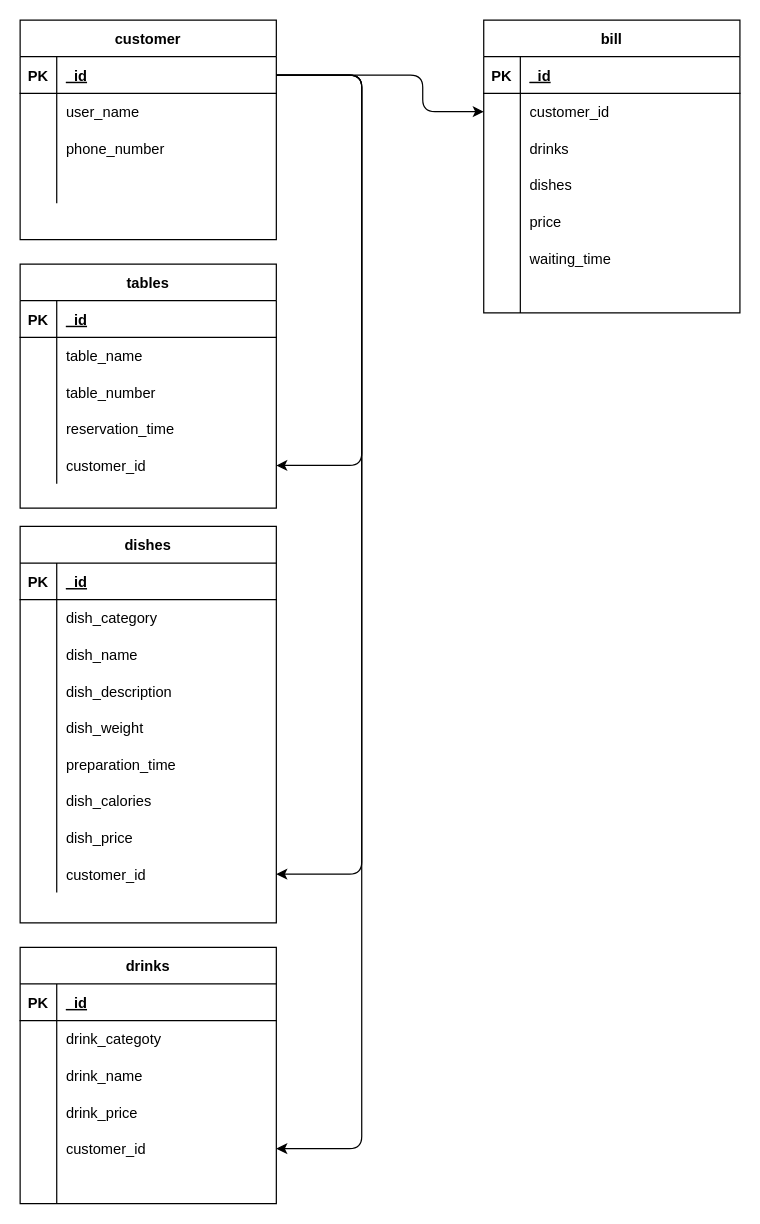
Above: mongodb.dio in giedriuzz/cafeteria (draw.io), before the change. Source tidied: cells renumbered, new cells numbered last; positions are measured from the earlier drawing's top-left corner, leaving out a move shared by most shapes. Both pictures are drawn from the tidied source at 122%, with x=0, y=0 at pixel (20, 20).
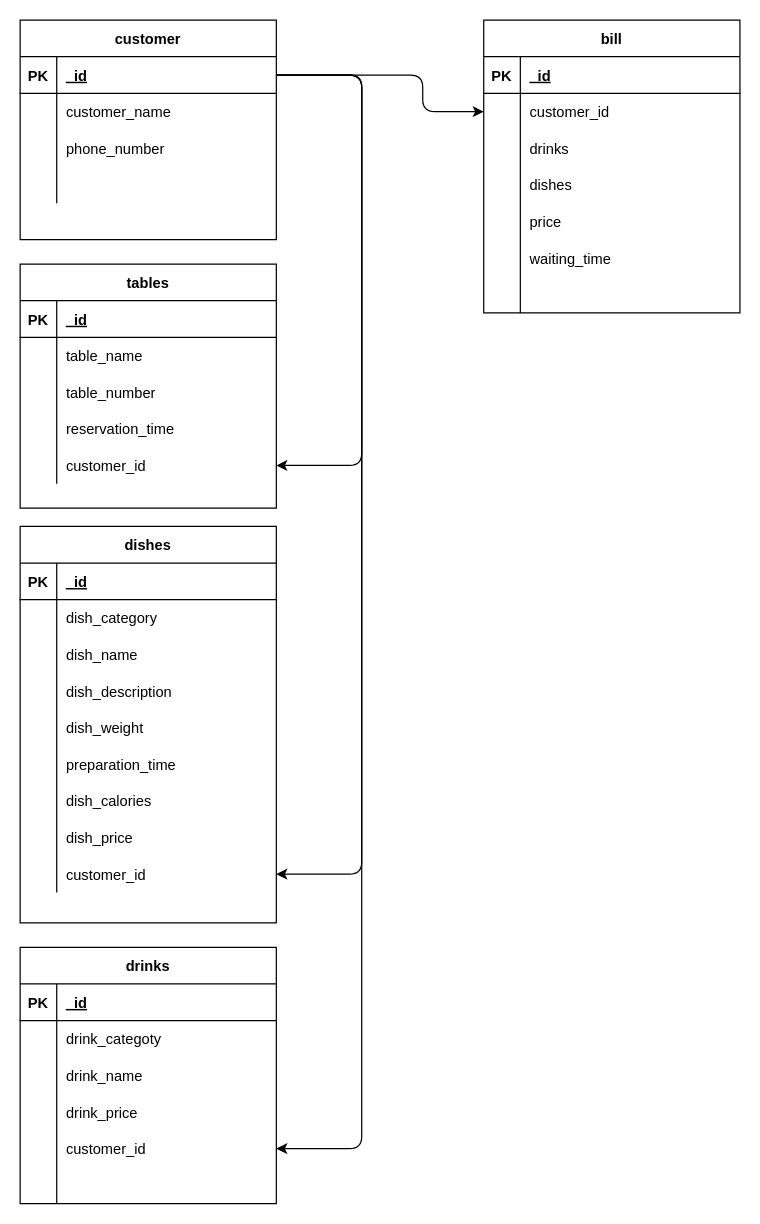
After the change.

Unchanged cells that the change refers to:
```xml
<mxCell id="6" style="shape=tableRow;horizontal=0;startSize=0;swimlaneHead=0;swimlaneBody=0;fillColor=none;top=0;left=0;right=0;bottom=0;" parent="2" vertex="1">
  <mxGeometry y="60" width="210" height="30" as="geometry" />
</mxCell>
```

Diff of the diagram source:
```diff
@@
-    <mxCell id="8" value="user_name" style="shape=partialRectangle;fillColor=none;top=0;left=0;bottom=0;right=0;align=left;spacingLeft=6;overflow=hidden;" parent="6" vertex="1">
+    <mxCell id="8" value="customer_name" style="shape=partialRectangle;fillColor=none;top=0;left=0;bottom=0;right=0;align=left;spacingLeft=6;overflow=hidden;" parent="6" vertex="1">
       <mxGeometry x="30" width="180" height="30" as="geometry" />
     </mxCell>
```
